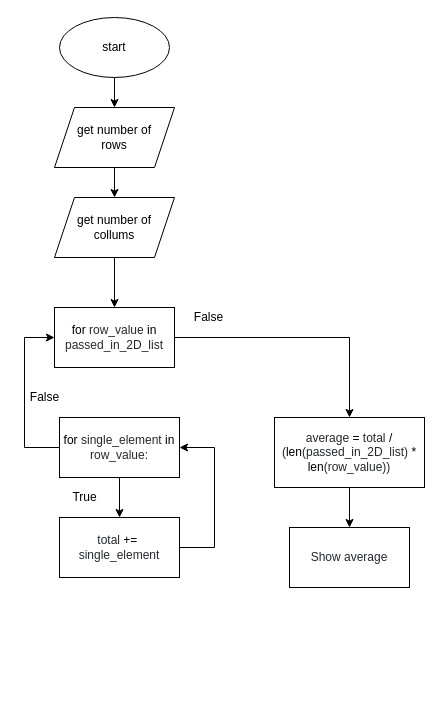
Huzaifa-Khalid-2/ICS3U-Unit6-04-Python keeps this draw.io diagram as flowchart.drawio. Above is the earlier version. Source tidied: cells renumbered, new cells numbered last; positions are measured from the earlier drawing's top-left corner, leaving out a move shared by most shapes. Both pictures are drawn from the tidied source at 100%, with x=0, y=0 at pixel (19, 17).
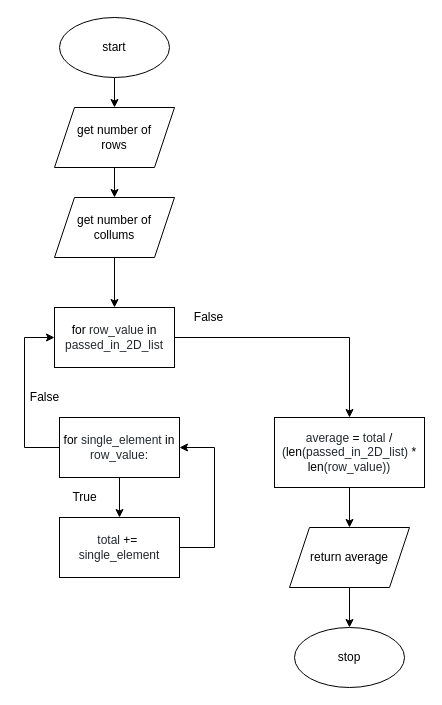
Above is the later version.

The change refers to these unchanged cells:
```xml
<mxCell id="11" value="&lt;span class=&quot;pl-s1&quot; style=&quot;box-sizing: border-box ; color: rgb(36 , 41 , 47)&quot;&gt;&lt;span class=&quot;pl-token&quot; style=&quot;box-sizing: border-box&quot;&gt;average&lt;/span&gt;&lt;/span&gt;&lt;span style=&quot;color: rgb(36 , 41 , 47)&quot;&gt; &lt;/span&gt;&lt;span class=&quot;pl-c1&quot; style=&quot;box-sizing: border-box&quot;&gt;=&lt;/span&gt;&lt;span style=&quot;color: rgb(36 , 41 , 47)&quot;&gt; &lt;/span&gt;&lt;span class=&quot;pl-s1&quot; style=&quot;box-sizing: border-box ; color: rgb(36 , 41 , 47)&quot;&gt;&lt;span class=&quot;pl-token&quot; style=&quot;box-sizing: border-box&quot;&gt;total&lt;/span&gt;&lt;/span&gt;&lt;span style=&quot;color: rgb(36 , 41 , 47)&quot;&gt; &lt;/span&gt;&lt;span class=&quot;pl-c1&quot; style=&quot;box-sizing: border-box&quot;&gt;/&lt;/span&gt;&lt;span style=&quot;color: rgb(36 , 41 , 47)&quot;&gt; (&lt;/span&gt;&lt;span class=&quot;pl-en&quot; style=&quot;box-sizing: border-box&quot;&gt;&lt;span class=&quot;pl-token&quot; style=&quot;box-sizing: border-box&quot;&gt;len&lt;/span&gt;&lt;/span&gt;&lt;span style=&quot;color: rgb(36 , 41 , 47)&quot;&gt;(&lt;/span&gt;&lt;span class=&quot;pl-s1&quot; style=&quot;box-sizing: border-box ; color: rgb(36 , 41 , 47)&quot;&gt;&lt;span class=&quot;pl-token&quot; style=&quot;box-sizing: border-box&quot;&gt;passed_in_2D_list&lt;/span&gt;&lt;/span&gt;&lt;span style=&quot;color: rgb(36 , 41 , 47)&quot;&gt;) &lt;/span&gt;&lt;span class=&quot;pl-c1&quot; style=&quot;box-sizing: border-box&quot;&gt;*&lt;/span&gt;&lt;span style=&quot;color: rgb(36 , 41 , 47)&quot;&gt; &lt;/span&gt;&lt;span class=&quot;pl-en&quot; style=&quot;box-sizing: border-box&quot;&gt;&lt;span class=&quot;pl-token&quot; style=&quot;box-sizing: border-box&quot;&gt;len&lt;/span&gt;&lt;/span&gt;&lt;span style=&quot;color: rgb(36 , 41 , 47)&quot;&gt;(&lt;/span&gt;&lt;span class=&quot;pl-s1&quot; style=&quot;box-sizing: border-box ; color: rgb(36 , 41 , 47)&quot;&gt;&lt;span class=&quot;pl-token&quot; style=&quot;box-sizing: border-box&quot;&gt;row_value&lt;/span&gt;&lt;/span&gt;&lt;span style=&quot;color: rgb(36 , 41 , 47)&quot;&gt;))&lt;/span&gt;" style="rounded=0;whiteSpace=wrap;html=1;" parent="1" vertex="1">
  <mxGeometry x="255" y="400" width="150" height="70" as="geometry" />
</mxCell>
```

Diff of the diagram source:
```diff
@@
-    <mxCell id="10" style="edgeStyle=none;html=1;entryX=0.5;entryY=0;entryDx=0;entryDy=0;" parent="1" edge="1" source="11" target="12">
-      <mxGeometry relative="1" as="geometry" />
+    <mxCell id="10" style="edgeStyle=none;html=1;entryX=0.5;entryY=0;entryDx=0;entryDy=0;" parent="1" edge="1" source="11">
+      <mxGeometry relative="1" as="geometry">
+        <mxPoint x="330" y="510" as="targetPoint" />
+      </mxGeometry>
     </mxCell>
@@
-    <mxCell id="12" value="&lt;font color=&quot;#24292f&quot;&gt;Show average&lt;/font&gt;" style="rounded=0;whiteSpace=wrap;html=1;" parent="1" vertex="1">
-      <mxGeometry x="270" y="510" width="120" height="60" as="geometry" />
-    </mxCell>
@@
+    <mxCell id="21" style="edgeStyle=none;html=1;" parent="1" edge="1" source="22" target="23">
+      <mxGeometry relative="1" as="geometry" />
+    </mxCell>
+    <mxCell id="22" value="return average" style="shape=parallelogram;perimeter=parallelogramPerimeter;whiteSpace=wrap;html=1;fixedSize=1;" parent="1" vertex="1">
+      <mxGeometry x="270" y="510" width="120" height="60" as="geometry" />
+    </mxCell>
+    <mxCell id="23" value="stop" style="ellipse;whiteSpace=wrap;html=1;" parent="1" vertex="1">
+      <mxGeometry x="275" y="610" width="110" height="60" as="geometry" />
+    </mxCell>
```
